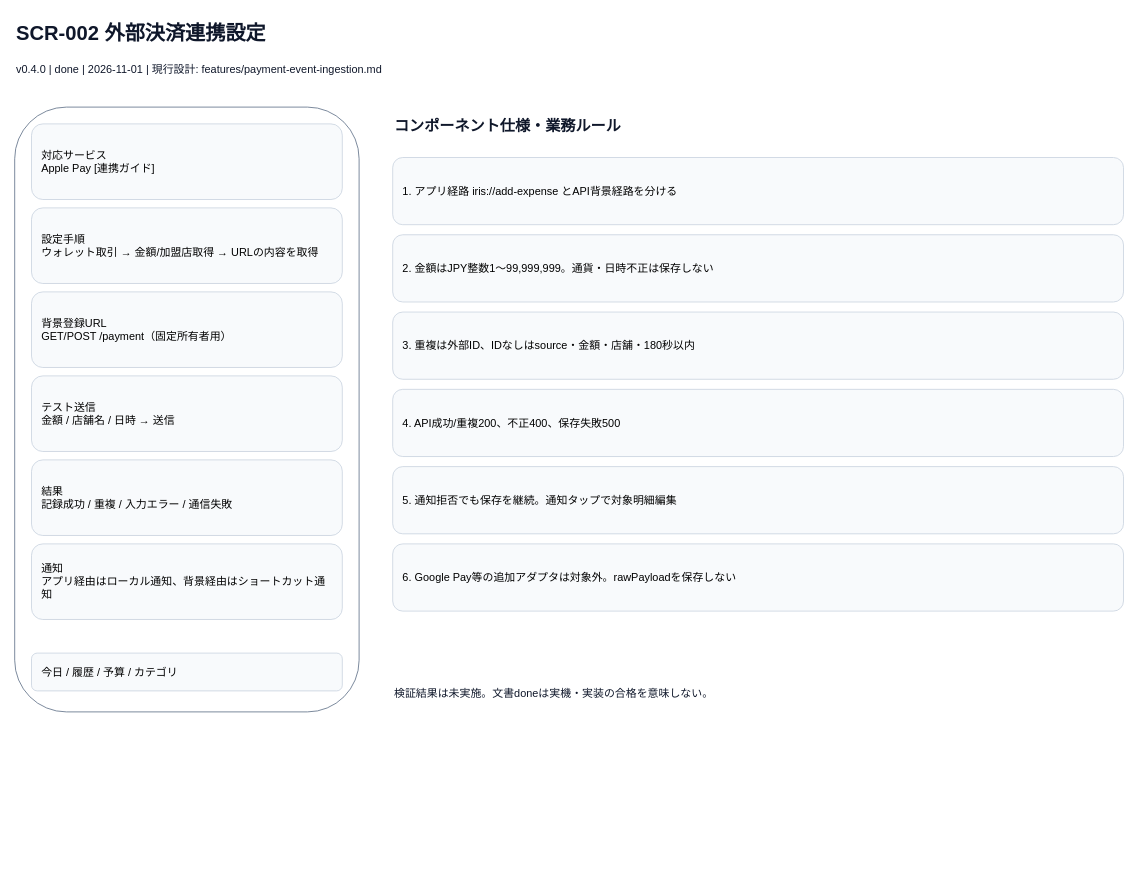
The draw.io diagram page "外部決済連携設定" (2 of 8) of docs/spec/screens.drawio in tombee-studio/self-management-app, before the edit. Source tidied: cells renumbered, new cells numbered last; positions are measured from the earlier drawing's top-left corner, leaving out a move shared by most shapes. Both pictures are drawn from the tidied source at 84%, with x=0, y=0 at pixel (14, 14).
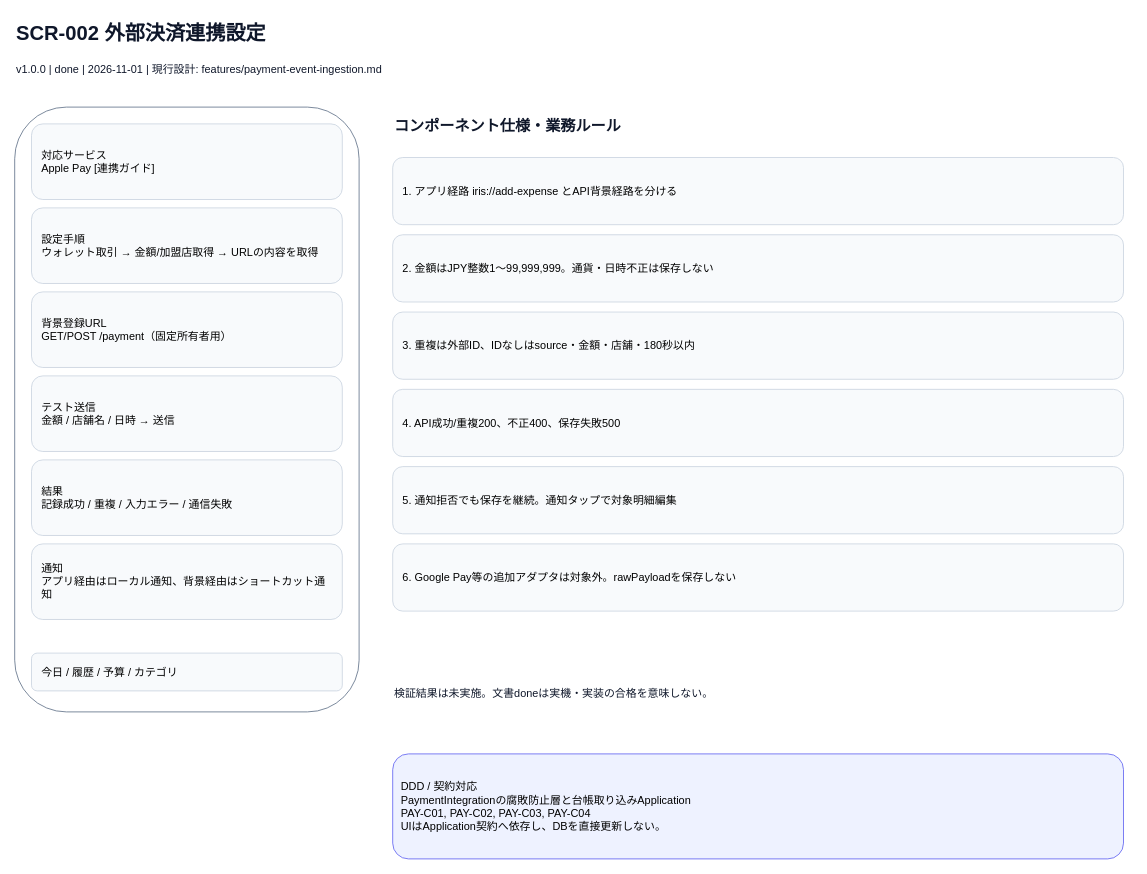
The same diagram, later.

What changed in the source:
```diff
@@
-    <mxCell id="3" value="v0.4.0 | done | 2026-11-01 | 現行設計: features/payment-event-ingestion.md" style="text;html=0;align=left;verticalAlign=middle;whiteSpace=wrap;overflow=hidden;fontSize=13;fontColor=#0F172A;" parent="1" vertex="1">
+    <mxCell id="3" value="v1.0.0 | done | 2026-11-01 | 現行設計: features/payment-event-ingestion.md" style="text;html=0;align=left;verticalAlign=middle;whiteSpace=wrap;overflow=hidden;fontSize=13;fontColor=#0F172A;" parent="1" vertex="1">
       <mxGeometry y="50" width="1300" height="30" as="geometry" />
     </mxCell>
@@
+    <mxCell id="20" value="DDD / 契約対応&#10;PaymentIntegrationの腐敗防止層と台帳取り込みApplication&#10;PAY-C01, PAY-C02, PAY-C03, PAY-C04&#10;UIはApplication契約へ依存し、DBを直接更新しない。" style="rounded=1;whiteSpace=wrap;html=0;fillColor=#EEF2FF;strokeColor=#6366F1;align=left;spacing=10;fontSize=13;" parent="1" vertex="1">
+      <mxGeometry x="450" y="880" width="870" height="125" as="geometry" />
+    </mxCell>
```
